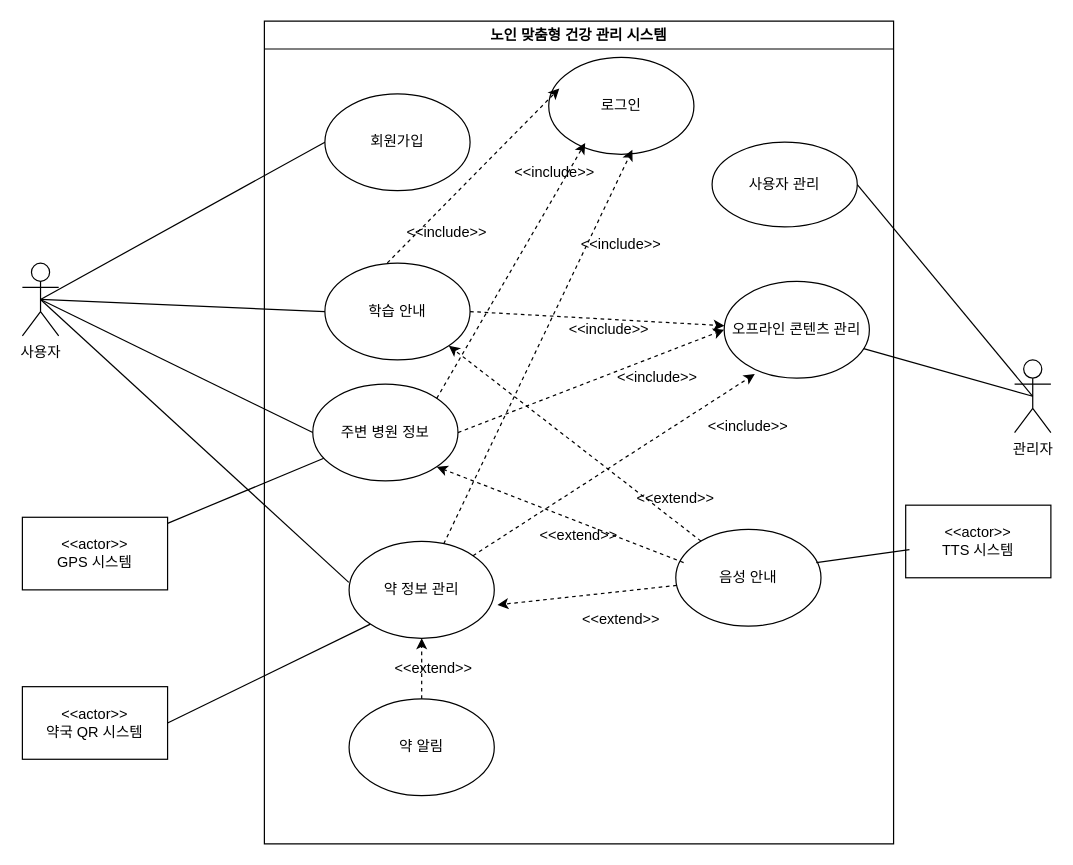
Before: Untitled Diagram.drawio in wnthsk/sejujun, a draw.io diagram. Source tidied: cells renumbered, new cells numbered last; positions are measured from the earlier drawing's top-left corner, leaving out a move shared by most shapes. Both pictures are drawn from the tidied source at 121%, with x=0, y=0 at pixel (22, 21).
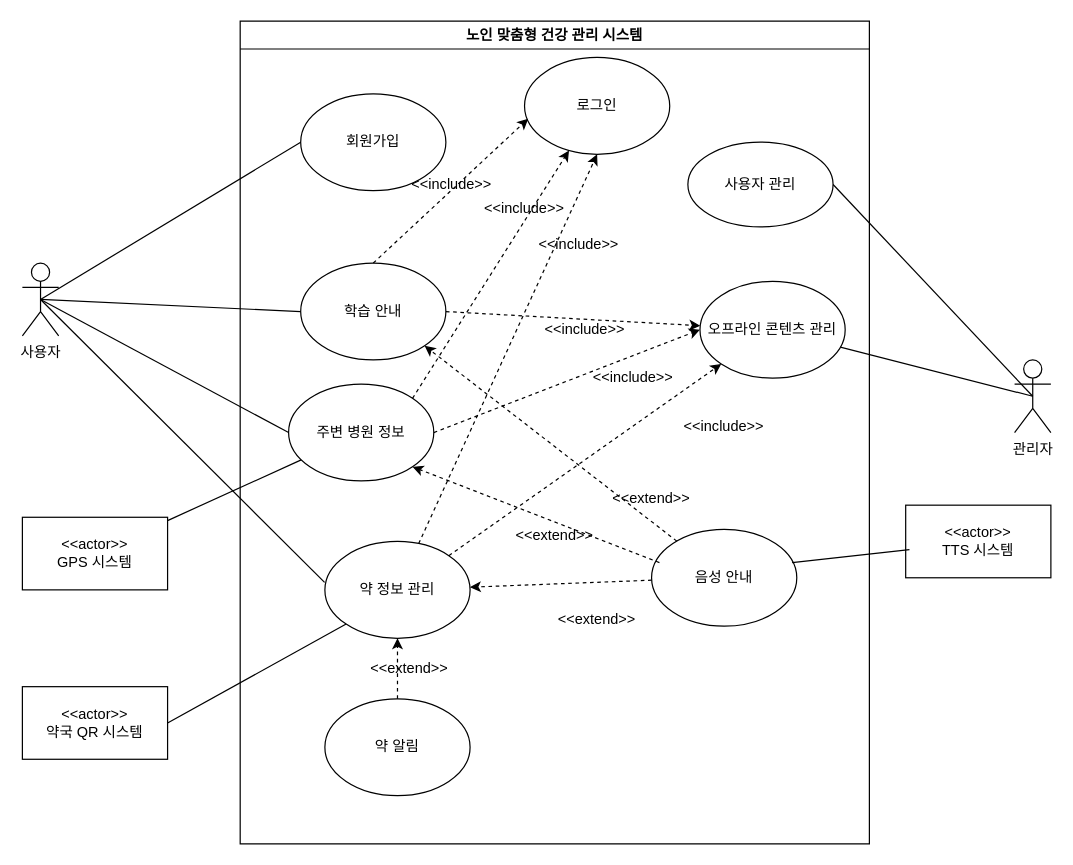
The same page after the edit.

Unchanged cells that the change refers to:
```xml
<mxCell id="5" value="음성 안내" style="ellipse;whiteSpace=wrap;html=1;" parent="2" vertex="1">
  <mxGeometry x="340" y="420" width="120" height="80" as="geometry" />
</mxCell>
<mxCell id="6" value="학습 안내" style="ellipse;whiteSpace=wrap;html=1;" parent="2" vertex="1">
  <mxGeometry x="50" y="200" width="120" height="80" as="geometry" />
</mxCell>
<mxCell id="7" value="로그인" style="ellipse;whiteSpace=wrap;html=1;" parent="2" vertex="1">
  <mxGeometry x="235" y="30" width="120" height="80" as="geometry" />
</mxCell>
<mxCell id="8" value="주변 병원 정보" style="ellipse;whiteSpace=wrap;html=1;" parent="2" vertex="1">
  <mxGeometry x="40" y="300" width="120" height="80" as="geometry" />
</mxCell>
<mxCell id="10" value="약 정보 관리" style="ellipse;whiteSpace=wrap;html=1;" parent="2" vertex="1">
  <mxGeometry x="70" y="430" width="120" height="80" as="geometry" />
</mxCell>
<mxCell id="26" value="오프라인 콘텐츠 관리" style="ellipse;whiteSpace=wrap;html=1;" parent="2" vertex="1">
  <mxGeometry x="380" y="215" width="120" height="80" as="geometry" />
</mxCell>
```

Change to the diagram source:
```diff
@@
     <mxCell id="2" value="노인 맞춤형 건강 관리 시스템" style="swimlane;whiteSpace=wrap;html=1;" parent="1" vertex="1">
-      <mxGeometry x="200" width="520" height="680" as="geometry" />
+      <mxGeometry x="180" width="520" height="680" as="geometry" />
     </mxCell>
@@
-    <mxCell id="13" style="endArrow=classic;html=1;rounded=0;strokeColor=default;curved=0;dashed=1;entryX=0.073;entryY=0.32;entryDx=0;entryDy=0;entryPerimeter=0;exitX=0.43;exitY=-0.003;exitDx=0;exitDy=0;exitPerimeter=0;" parent="2" edge="1" source="6" target="7">
-      <mxGeometry relative="1" as="geometry" />
+    <mxCell id="13" style="endArrow=classic;html=1;rounded=0;strokeColor=default;curved=0;dashed=1;entryX=0.025;entryY=0.633;entryDx=0;entryDy=0;exitX=0.43;exitY=-0.003;exitDx=0;exitDy=0;exitPerimeter=0;entryPerimeter=0;" parent="2" edge="1" target="7">
+      <mxGeometry relative="1" as="geometry">
+        <mxPoint x="110" y="199.9" as="sourcePoint" />
+      </mxGeometry>
     </mxCell>
-    <mxCell id="14" style="endArrow=classic;html=1;rounded=0;strokeColor=default;curved=0;dashed=1;entryX=0.251;entryY=0.883;entryDx=0;entryDy=0;entryPerimeter=0;exitX=1;exitY=0;exitDx=0;exitDy=0;" parent="2" edge="1" source="8" target="7">
+    <mxCell id="14" style="endArrow=classic;html=1;rounded=0;strokeColor=default;curved=0;dashed=1;exitX=1;exitY=0;exitDx=0;exitDy=0;" parent="2" edge="1" source="8" target="7">
       <mxGeometry relative="1" as="geometry" />
     </mxCell>
-    <mxCell id="15" style="endArrow=classic;html=1;rounded=0;strokeColor=default;curved=0;dashed=1;entryX=0.576;entryY=0.954;entryDx=0;entryDy=0;entryPerimeter=0;" parent="2" edge="1" source="10" target="7">
+    <mxCell id="15" style="endArrow=classic;html=1;rounded=0;strokeColor=default;curved=0;dashed=1;entryX=0.5;entryY=1;entryDx=0;entryDy=0;" parent="2" edge="1" source="10" target="7">
       <mxGeometry relative="1" as="geometry" />
     </mxCell>
@@
     <mxCell id="18" value="&amp;lt;&amp;lt;include&amp;gt;&amp;gt;" style="text;html=1;align=center;verticalAlign=middle;whiteSpace=wrap;rounded=0;" parent="2" vertex="1">
-      <mxGeometry x="265" y="170" width="60" height="30" as="geometry" />
+      <mxGeometry x="250" y="170" width="60" height="30" as="geometry" />
     </mxCell>
@@
     <mxCell id="20" value="&amp;lt;&amp;lt;include&amp;gt;&amp;gt;" style="text;html=1;align=center;verticalAlign=middle;whiteSpace=wrap;rounded=0;" parent="2" vertex="1">
-      <mxGeometry x="210" y="110" width="60" height="30" as="geometry" />
+      <mxGeometry x="205" y="140" width="60" height="30" as="geometry" />
     </mxCell>
@@
-    <mxCell id="23" style="endArrow=classic;html=1;rounded=0;strokeColor=default;curved=0;dashed=1;entryX=1.022;entryY=0.655;entryDx=0;entryDy=0;entryPerimeter=0;" parent="2" edge="1" source="5" target="10">
+    <mxCell id="23" style="endArrow=classic;html=1;rounded=0;strokeColor=default;curved=0;dashed=1;" parent="2" edge="1" source="5" target="10">
       <mxGeometry relative="1" as="geometry" />
     </mxCell>
@@
     <mxCell id="25" value="&amp;lt;&amp;lt;include&amp;gt;&amp;gt;" style="text;html=1;align=center;verticalAlign=middle;whiteSpace=wrap;rounded=0;" parent="2" vertex="1">
-      <mxGeometry x="121.3" y="160" width="60" height="30" as="geometry" />
+      <mxGeometry x="145" y="120" width="60" height="30" as="geometry" />
     </mxCell>
@@
-    <mxCell id="28" style="endArrow=classic;html=1;rounded=0;strokeColor=default;curved=0;dashed=1;exitX=1;exitY=0;exitDx=0;exitDy=0;entryX=0.211;entryY=0.958;entryDx=0;entryDy=0;entryPerimeter=0;" parent="2" edge="1" source="10" target="26">
+    <mxCell id="28" style="endArrow=classic;html=1;rounded=0;strokeColor=default;curved=0;dashed=1;exitX=1;exitY=0;exitDx=0;exitDy=0;entryX=0;entryY=1;entryDx=0;entryDy=0;" parent="2" edge="1" source="10" target="26">
       <mxGeometry relative="1" as="geometry" />
     </mxCell>
```
